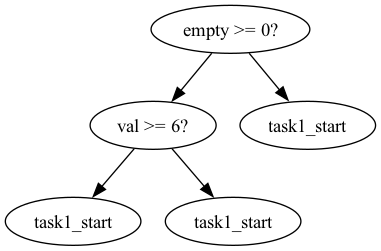
This is pictures/tree.png from linusheck/molehill, a Graphviz export, as it was before one commit. Its source is kept beside it as pictures/tree.dot.
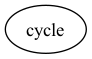
After the change.

The edit, as a diff of the source:
```diff
@@ -1,11 +1,3 @@
 digraph tree {
-    "0x0" [label="empty >= 0?"];
-    "0x1" [label="val >= 6?"];
-    "0x2" [label="task1_start"];
-    "0x3" [label="task1_start"];
-    "0x4" [label="task1_start"];
-    "0x0" -> "0x1";
-    "0x0" -> "0x4";
-    "0x1" -> "0x2";
-    "0x1" -> "0x3";
+    "0x0" [label="cycle"];
 }
```
